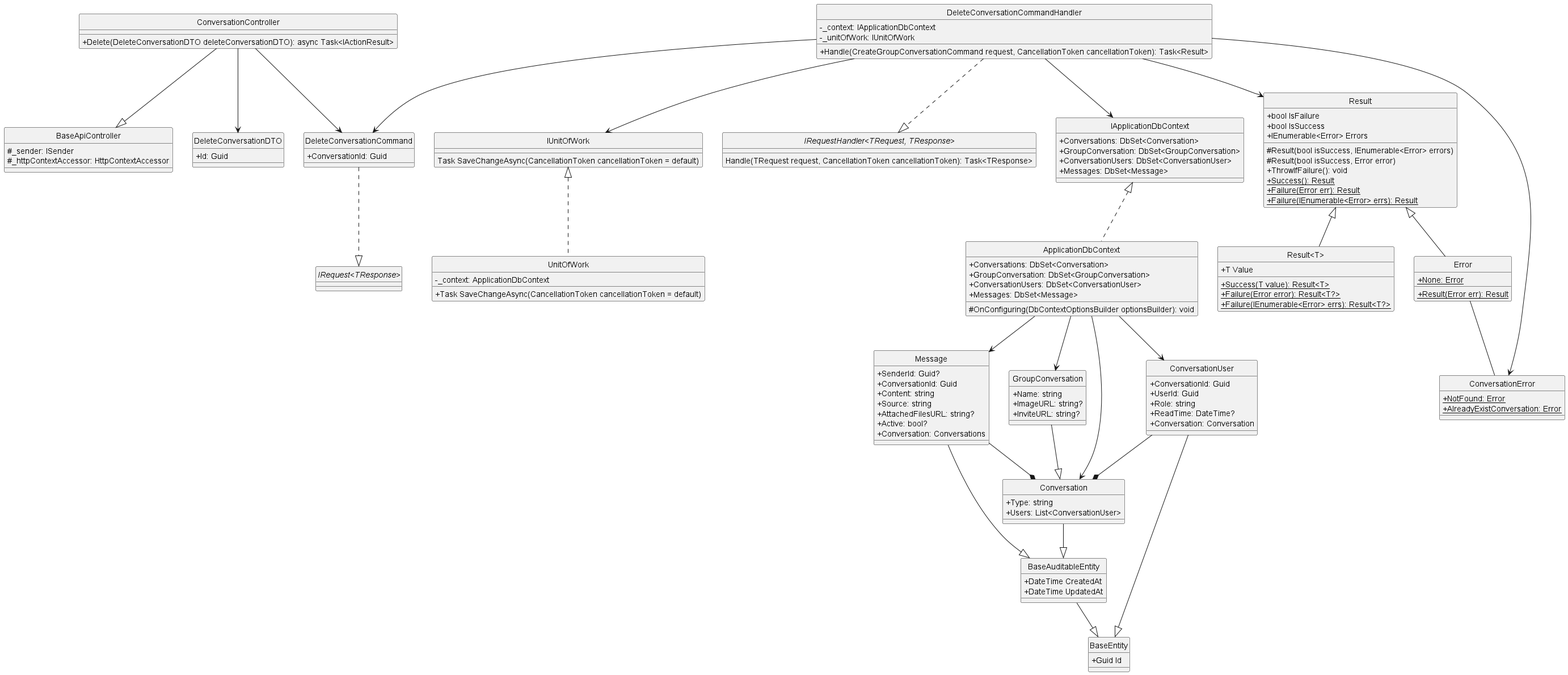
Carl-Johnsons/Chat-Application keeps this PlantUML diagram as docs/Class Diagram/Conversation/DeleteConversation/ClassDiagram/deleteConversation.png. Above is the earlier version.
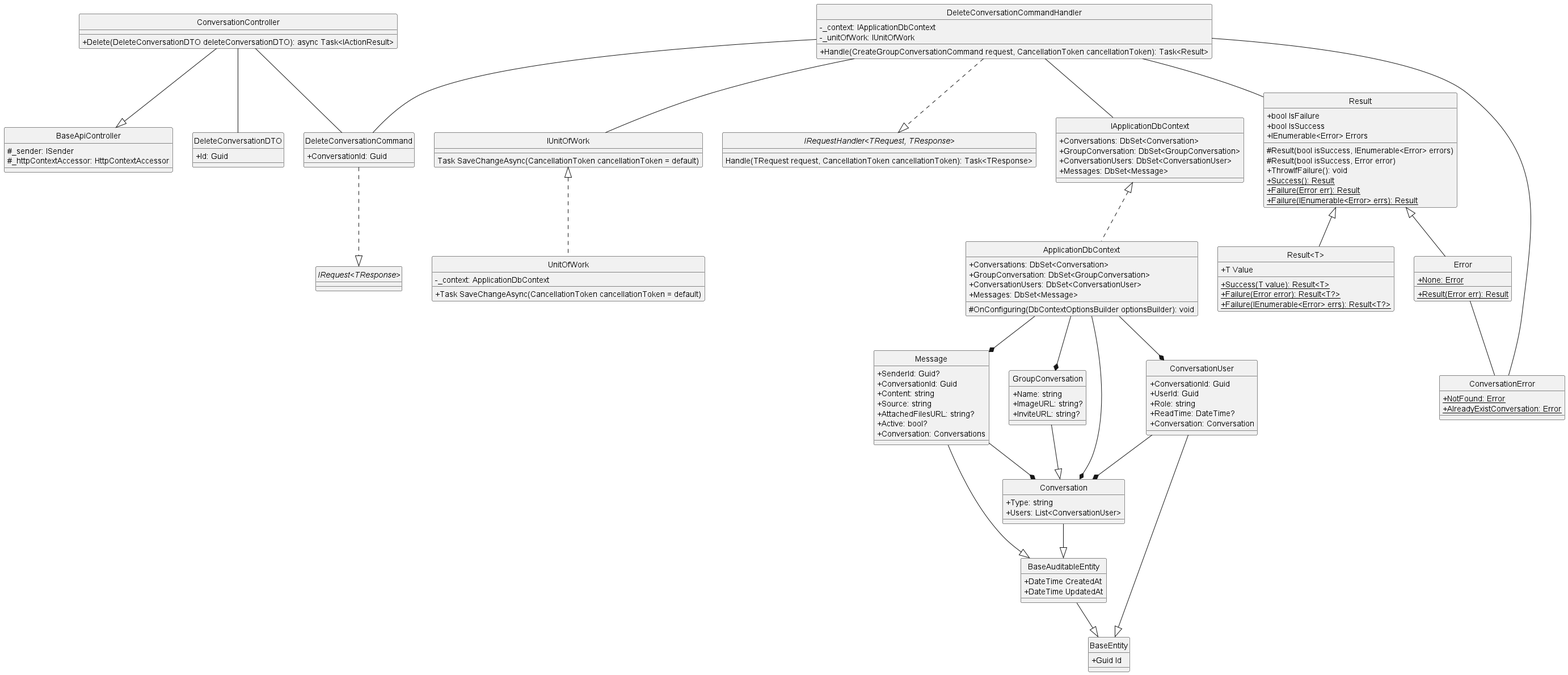
The same diagram one commit later.

What changed in the source:
```diff
@@ -123,17 +123,17 @@
 }
 
 ConversationController --|> BaseApiController
-ConversationController --> DeleteConversationCommand
+ConversationController -- DeleteConversationCommand
 
-ConversationController --> DeleteConversationDTO
+ConversationController -- DeleteConversationDTO
 
 DeleteConversationCommand ..|> "IRequest<TResponse>"
 DeleteConversationCommandHandler ..|> "IRequestHandler<TRequest, TResponse>"
-DeleteConversationCommandHandler --> DeleteConversationCommand
-DeleteConversationCommandHandler --> Result
-DeleteConversationCommandHandler --> IUnitOfWork
-DeleteConversationCommandHandler --> IApplicationDbContext
-DeleteConversationCommandHandler --> ConversationError
+DeleteConversationCommandHandler -- DeleteConversationCommand
+DeleteConversationCommandHandler -- Result
+DeleteConversationCommandHandler -- IUnitOfWork
+DeleteConversationCommandHandler -- IApplicationDbContext
+DeleteConversationCommandHandler -- ConversationError
 
 
 IUnitOfWork <|.. UnitOfWork
@@ -143,10 +143,10 @@
 
 Error -- ConversationError
 
-ApplicationDbContext --> Conversation
-ApplicationDbContext --> GroupConversation
-ApplicationDbContext --> ConversationUser
-ApplicationDbContext --> Message
+ApplicationDbContext --* Conversation
+ApplicationDbContext --* GroupConversation
+ApplicationDbContext --* ConversationUser
+ApplicationDbContext --* Message
 
 Conversation --|> BaseAuditableEntity
 GroupConversation --|> Conversation
```
